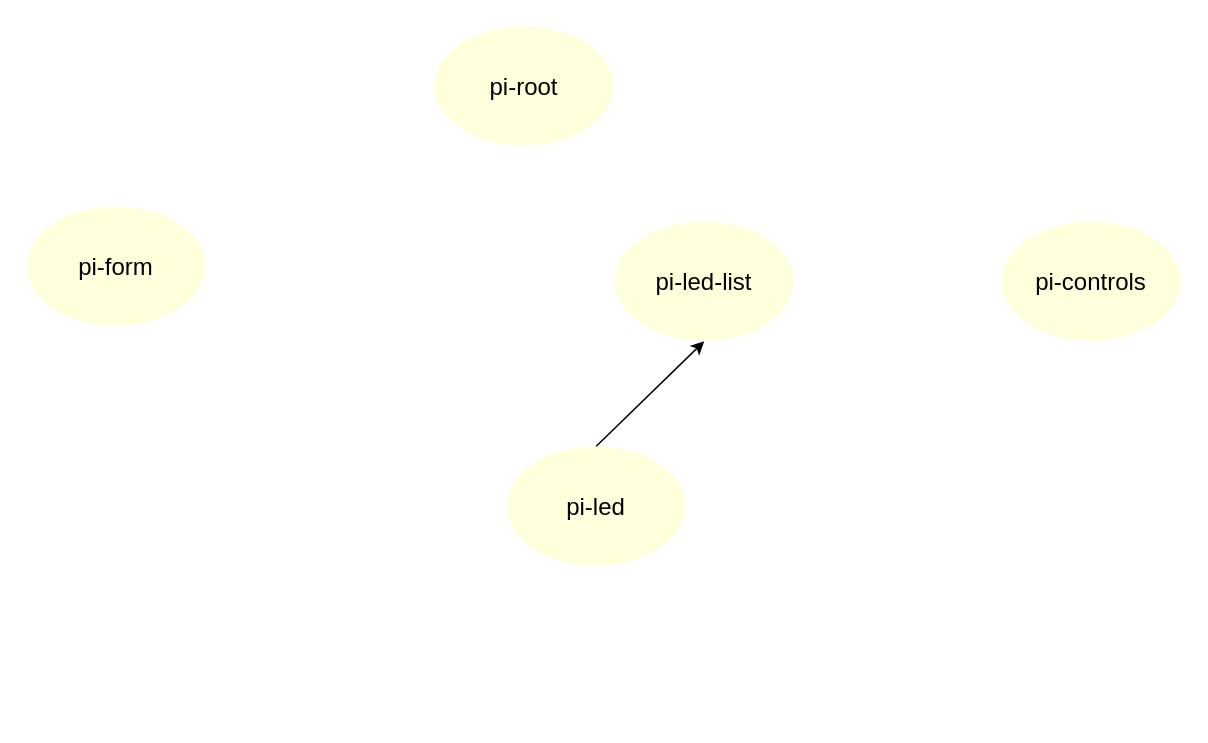
The draw.io diagram page "Komponentenbaum" (4 of 5) of TypeScript.drawio in gjungb/Zeichnungen, before the edit. Source tidied: cells renumbered, new cells numbered last; positions are measured from the earlier drawing's top-left corner, leaving out a move shared by most shapes. Both pictures are drawn from the tidied source at 150%, with x=0, y=0 at pixel (26, 26).
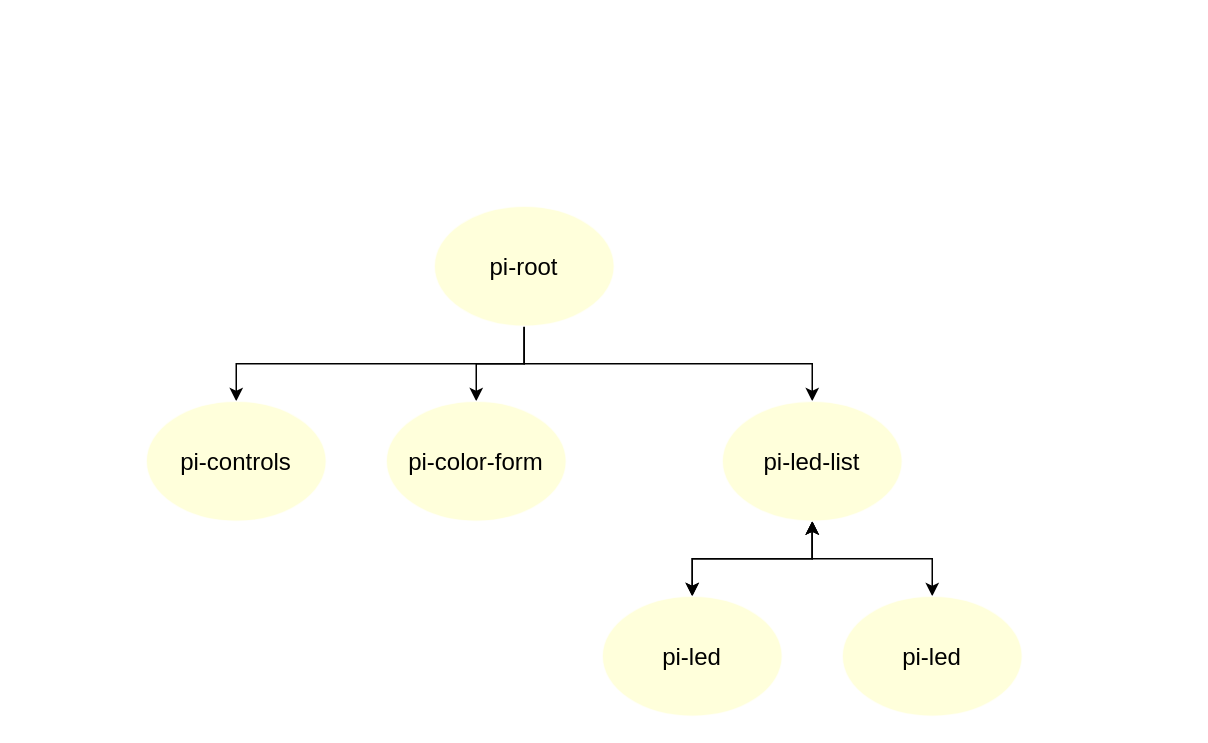
The same diagram, later.

Diff of the diagram source:
```diff
@@
 <mxGraphModel>
   <root>
     <mxCell id="0" />
     <mxCell id="1" parent="0" />
+    <mxCell id="8" style="edgeStyle=orthogonalEdgeStyle;rounded=0;jettySize=auto;html=1;exitX=0.5;exitY=1;exitDx=0;exitDy=0;entryX=0.5;entryY=0;entryDx=0;entryDy=0;" parent="1" edge="1" source="2" target="6">
+      <mxGeometry relative="1" as="geometry" />
+    </mxCell>
+    <mxCell id="9" style="edgeStyle=orthogonalEdgeStyle;rounded=0;jettySize=auto;html=1;exitX=0.5;exitY=1;exitDx=0;exitDy=0;entryX=0.5;entryY=0;entryDx=0;entryDy=0;" parent="1" edge="1" source="2" target="3">
+      <mxGeometry relative="1" as="geometry" />
+    </mxCell>
+    <mxCell id="10" style="edgeStyle=orthogonalEdgeStyle;rounded=0;jettySize=auto;html=1;exitX=0.5;exitY=1;exitDx=0;exitDy=0;entryX=0.5;entryY=0;entryDx=0;entryDy=0;" parent="1" edge="1" source="2" target="4">
+      <mxGeometry relative="1" as="geometry" />
+    </mxCell>
     <mxCell id="2" value="pi-root" style="ellipse;whiteSpace=wrap;html=1;strokeColor=#FFFFFF;fillColor=#FFFFCC;fontFamily=Fira Code;fontSize=16;fontColor=#000000;opacity=70;align=center;" parent="1" vertex="1">
-      <mxGeometry x="272" width="120" height="80" as="geometry" />
+      <mxGeometry x="272" y="120" width="120" height="80" as="geometry" />
     </mxCell>
-    <mxCell id="3" value="pi-form" style="ellipse;whiteSpace=wrap;html=1;strokeColor=#FFFFFF;fillColor=#FFFFCC;fontFamily=Fira Code;fontSize=16;fontColor=#000000;opacity=70;align=center;" parent="1" vertex="1">
-      <mxGeometry y="120" width="120" height="80" as="geometry" />
+    <mxCell id="3" value="pi-color-form" style="ellipse;whiteSpace=wrap;html=1;strokeColor=#FFFFFF;fillColor=#FFFFCC;fontFamily=Fira Code;fontSize=16;fontColor=#000000;opacity=70;align=center;" parent="1" vertex="1">
+      <mxGeometry x="240" y="250" width="120" height="80" as="geometry" />
     </mxCell>
+    <mxCell id="11" style="edgeStyle=orthogonalEdgeStyle;rounded=0;jettySize=auto;html=1;startArrow=classic;startFill=1;" parent="1" edge="1" source="4" target="14">
+      <mxGeometry relative="1" as="geometry" />
+    </mxCell>
+    <mxCell id="12" style="edgeStyle=orthogonalEdgeStyle;rounded=0;jettySize=auto;html=1;startArrow=classic;startFill=1;" parent="1" edge="1" source="4" target="14">
+      <mxGeometry relative="1" as="geometry" />
+    </mxCell>
+    <mxCell id="13" style="edgeStyle=orthogonalEdgeStyle;rounded=0;jettySize=auto;html=1;startArrow=classic;startFill=1;" parent="1" edge="1" source="4" target="15">
+      <mxGeometry relative="1" as="geometry" />
+    </mxCell>
     <mxCell id="4" value="pi-led-list" style="ellipse;whiteSpace=wrap;html=1;strokeColor=#FFFFFF;fillColor=#FFFFCC;fontFamily=Fira Code;fontSize=16;fontColor=#000000;opacity=70;align=center;" parent="1" vertex="1">
-      <mxGeometry x="392" y="130" width="120" height="80" as="geometry" />
+      <mxGeometry x="464" y="250" width="120" height="80" as="geometry" />
     </mxCell>
-    <mxCell id="5" value="pi-led" style="ellipse;whiteSpace=wrap;html=1;strokeColor=#FFFFFF;fillColor=#FFFFCC;fontFamily=Fira Code;fontSize=16;fontColor=#000000;opacity=70;align=center;" parent="1" vertex="1">
-      <mxGeometry x="320" y="280" width="120" height="80" as="geometry" />
-    </mxCell>
     <mxCell id="6" value="pi-controls" style="ellipse;whiteSpace=wrap;html=1;strokeColor=#FFFFFF;fillColor=#FFFFCC;fontFamily=Fira Code;fontSize=16;fontColor=#000000;opacity=70;align=center;" parent="1" vertex="1">
-      <mxGeometry x="650" y="130" width="120" height="80" as="geometry" />
+      <mxGeometry x="80" y="250" width="120" height="80" as="geometry" />
     </mxCell>
-    <mxCell id="7" style="endArrow=classic;html=1;entryX=0.5;entryY=1;entryDx=0;entryDy=0;" parent="1" edge="1" target="4">
-      <mxGeometry relative="1" as="geometry">
-        <mxPoint x="380" y="280" as="sourcePoint" />
-      </mxGeometry>
-    </mxCell>
+    <mxCell id="14" value="pi-led" style="ellipse;whiteSpace=wrap;html=1;strokeColor=#FFFFFF;fillColor=#FFFFCC;fontFamily=Fira Code;fontSize=16;fontColor=#000000;opacity=70;align=center;" parent="1" vertex="1">
+      <mxGeometry x="384" y="380" width="120" height="80" as="geometry" />
+    </mxCell>
+    <mxCell id="15" value="pi-led" style="ellipse;whiteSpace=wrap;html=1;strokeColor=#FFFFFF;fillColor=#FFFFCC;fontFamily=Fira Code;fontSize=16;fontColor=#000000;opacity=70;align=center;" parent="1" vertex="1">
+      <mxGeometry x="544" y="380" width="120" height="80" as="geometry" />
+    </mxCell>
   </root>
 </mxGraphModel>
```
